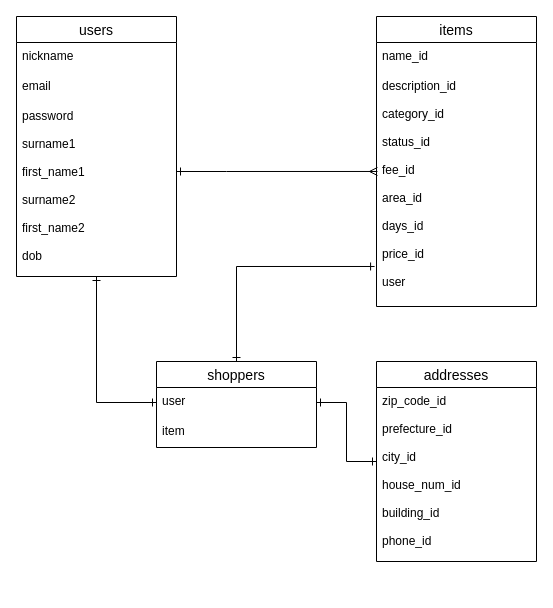
This is .dio from Hiroki-Sakurazawa/furima-28665, a draw.io file, before an edit. Source tidied: cells renumbered, new cells numbered last; positions are measured from the earlier drawing's top-left corner, leaving out a move shared by most shapes. Both pictures are drawn from the tidied source at 100%, with x=0, y=0 at pixel (16, 16).
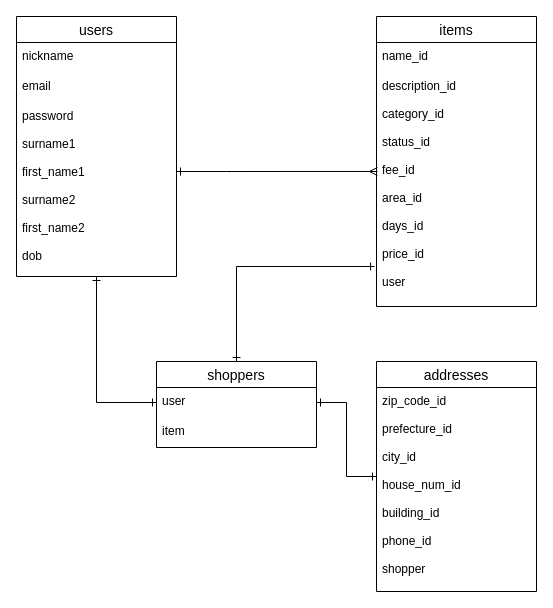
After the change.

Commit message (it also covers changes not shown here):
レビュー修正１

Change to the diagram source:
```diff
@@
 <mxGraphModel>
   <root>
     <mxCell id="0" />
     <mxCell id="1" parent="0" />
     <mxCell id="2" style="edgeStyle=orthogonalEdgeStyle;rounded=0;jettySize=auto;html=1;entryX=0.006;entryY=0.423;entryDx=0;entryDy=0;entryPerimeter=0;startArrow=ERone;startFill=0;endArrow=ERmany;endFill=0;" parent="1" edge="1" source="4" target="10">
       <mxGeometry relative="1" as="geometry">
         <Array as="points">
           <mxPoint x="210" y="155" />
           <mxPoint x="210" y="155" />
         </Array>
       </mxGeometry>
     </mxCell>
     <mxCell id="3" style="edgeStyle=orthogonalEdgeStyle;rounded=0;jettySize=auto;html=1;entryX=0;entryY=0.5;entryDx=0;entryDy=0;startArrow=ERone;startFill=0;endArrow=ERone;endFill=0;" parent="1" edge="1" source="4" target="16">
       <mxGeometry relative="1" as="geometry" />
     </mxCell>
     <mxCell id="4" value="users" style="swimlane;fontStyle=0;horizontal=1;startSize=26;align=center;fontSize=14;" parent="1" vertex="1">
       <mxGeometry width="160" height="260" as="geometry" />
     </mxCell>
     <mxCell id="5" value="nickname" style="text;strokeColor=none;fillColor=none;spacingLeft=4;spacingRight=4;overflow=hidden;fontSize=12;" parent="4" vertex="1">
       <mxGeometry y="26" width="160" height="30" as="geometry" />
     </mxCell>
     <mxCell id="6" value="email" style="text;strokeColor=none;fillColor=none;spacingLeft=4;spacingRight=4;overflow=hidden;fontSize=12;" parent="4" vertex="1">
       <mxGeometry y="56" width="160" height="30" as="geometry" />
     </mxCell>
     <mxCell id="7" value="password&#10;&#10;surname1&#10;&#10;first_name1&#10;&#10;surname2&#10;&#10;first_name2&#10;&#10;dob" style="text;strokeColor=none;fillColor=none;spacingLeft=4;spacingRight=4;overflow=hidden;fontSize=12;" parent="4" vertex="1">
       <mxGeometry y="86" width="160" height="174" as="geometry" />
     </mxCell>
     <mxCell id="8" value="items" style="swimlane;fontStyle=0;horizontal=1;startSize=26;align=center;fontSize=14;" parent="1" vertex="1">
       <mxGeometry x="360" width="160" height="290" as="geometry" />
     </mxCell>
     <mxCell id="9" value="name_id" style="text;strokeColor=none;fillColor=none;spacingLeft=4;spacingRight=4;overflow=hidden;fontSize=12;" parent="8" vertex="1">
       <mxGeometry y="26" width="160" height="30" as="geometry" />
     </mxCell>
     <mxCell id="10" value="description_id&#10;&#10;category_id&#10;&#10;status_id&#10;&#10;fee_id&#10;&#10;area_id&#10;&#10;days_id&#10;&#10;price_id&#10;&#10;user" style="text;strokeColor=none;fillColor=none;spacingLeft=4;spacingRight=4;overflow=hidden;points=[[0,0.5],[1,0.5]];portConstraint=eastwest;fontSize=12;" parent="8" vertex="1">
       <mxGeometry y="56" width="160" height="234" as="geometry" />
     </mxCell>
     <mxCell id="11" style="edgeStyle=orthogonalEdgeStyle;rounded=0;jettySize=auto;html=1;entryX=1;entryY=0.5;entryDx=0;entryDy=0;startArrow=ERone;startFill=0;endArrow=ERone;endFill=0;" parent="1" edge="1" source="12" target="16">
       <mxGeometry relative="1" as="geometry" />
     </mxCell>
     <mxCell id="12" value="addresses" style="swimlane;fontStyle=0;horizontal=1;startSize=26;align=center;fontSize=14;" parent="1" vertex="1">
-      <mxGeometry x="360" y="345" width="160" height="200" as="geometry" />
+      <mxGeometry x="360" y="345" width="160" height="230" as="geometry" />
     </mxCell>
-    <mxCell id="13" value="zip_code_id&#10;&#10;prefecture_id&#10;&#10;city_id&#10;&#10;house_num_id&#10;&#10;building_id&#10;&#10;phone_id" style="text;strokeColor=none;fillColor=none;spacingLeft=4;spacingRight=4;overflow=hidden;fontSize=12;" parent="12" vertex="1">
-      <mxGeometry y="26" width="160" height="174" as="geometry" />
+    <mxCell id="13" value="zip_code_id&#10;&#10;prefecture_id&#10;&#10;city_id&#10;&#10;house_num_id&#10;&#10;building_id&#10;&#10;phone_id&#10;&#10;shopper" style="text;strokeColor=none;fillColor=none;spacingLeft=4;spacingRight=4;overflow=hidden;fontSize=12;" parent="12" vertex="1">
+      <mxGeometry y="26" width="160" height="204" as="geometry" />
     </mxCell>
     <mxCell id="14" style="edgeStyle=orthogonalEdgeStyle;rounded=0;jettySize=auto;html=1;entryX=-0.012;entryY=0.829;entryDx=0;entryDy=0;entryPerimeter=0;startArrow=ERone;startFill=0;endArrow=ERone;endFill=0;" parent="1" edge="1" source="15" target="10">
       <mxGeometry relative="1" as="geometry" />
     </mxCell>
     <mxCell id="15" value="shoppers" style="swimlane;fontStyle=0;horizontal=1;startSize=26;align=center;fontSize=14;" parent="1" vertex="1">
       <mxGeometry x="140" y="345" width="160" height="86" as="geometry" />
     </mxCell>
     <mxCell id="16" value="user" style="text;strokeColor=none;fillColor=none;spacingLeft=4;spacingRight=4;overflow=hidden;points=[[0,0.5],[1,0.5]];portConstraint=eastwest;fontSize=12;" parent="15" vertex="1">
       <mxGeometry y="26" width="160" height="30" as="geometry" />
     </mxCell>
     <mxCell id="17" value="item" style="text;strokeColor=none;fillColor=none;spacingLeft=4;spacingRight=4;overflow=hidden;fontSize=12;" parent="15" vertex="1">
       <mxGeometry y="56" width="160" height="30" as="geometry" />
     </mxCell>
   </root>
 </mxGraphModel>
```
